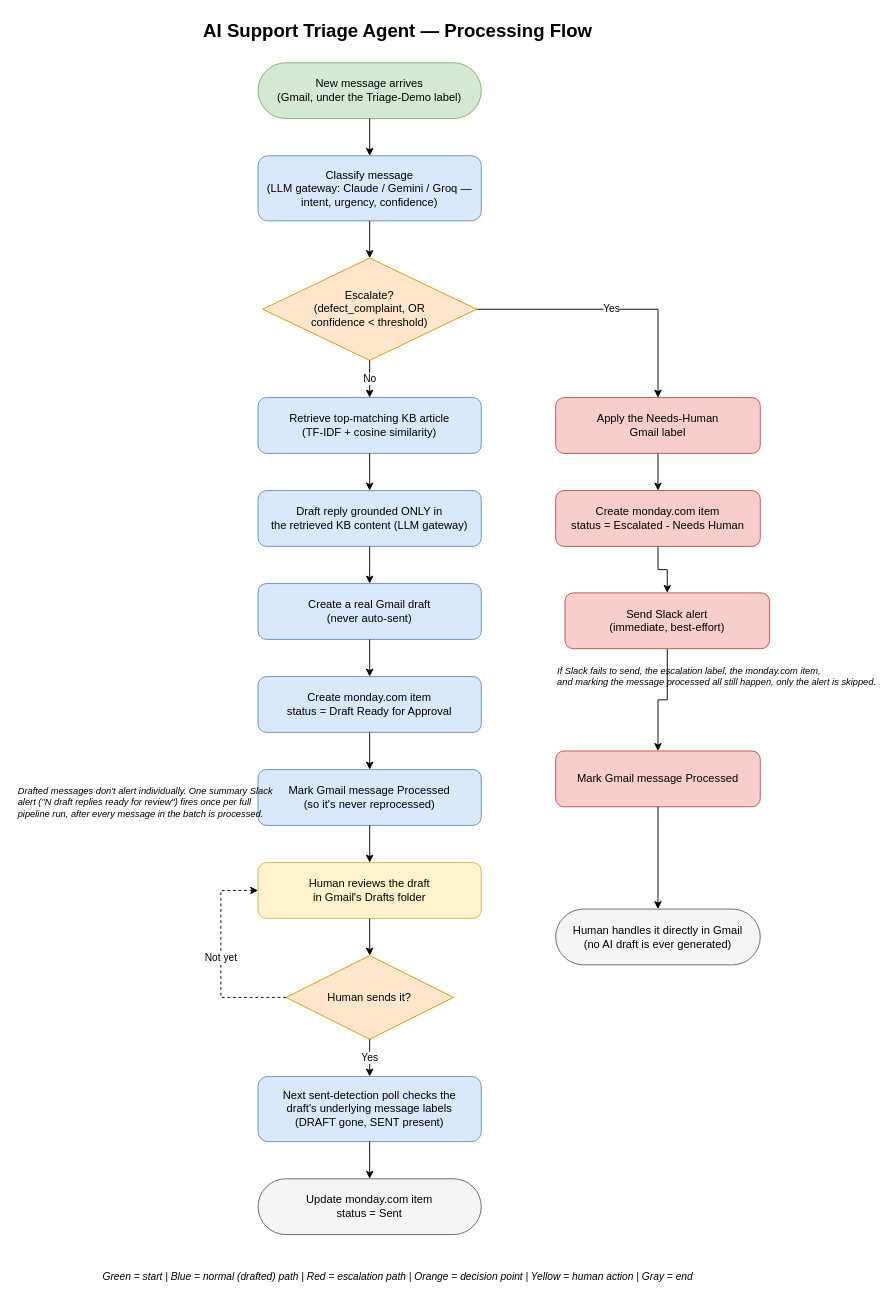
Above: ai-support-triage-agent-flow.drawio in Omonje/ai-support-triage-agent (draw.io), before the change. Source tidied: cells renumbered, new cells numbered last; positions are measured from the earlier drawing's top-left corner, leaving out a move shared by most shapes. Both pictures are drawn from the tidied source at 93%, with x=0, y=0 at pixel (16, 16).
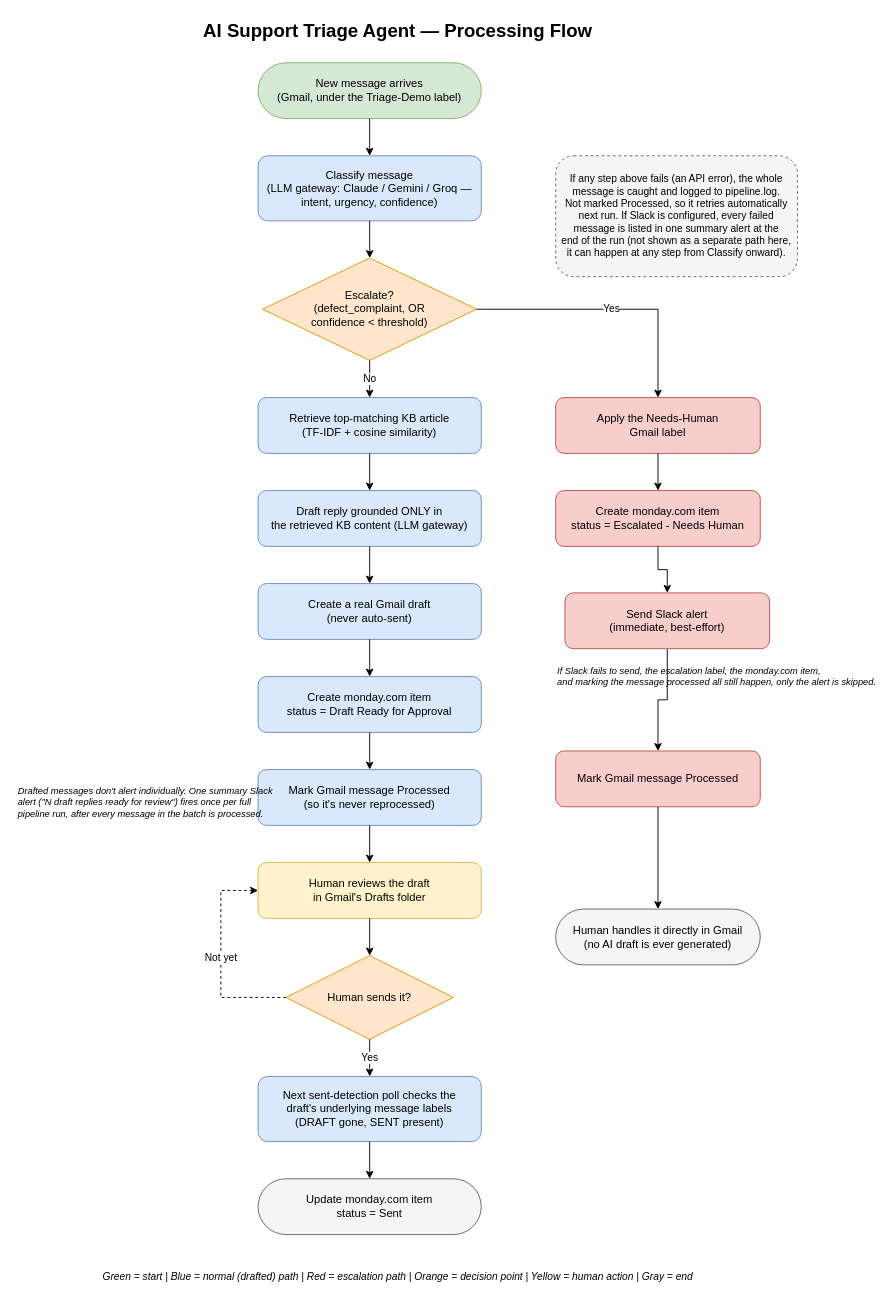
The same diagram, later.

Commit message (it also covers changes not shown here):
Add Slack failure alerts and durable structured logging

Diff of the diagram source:
```diff
@@
+    <mxCell id="40" value="If any step above fails (an API error), the whole&#10;message is caught and logged to pipeline.log.&#10;Not marked Processed, so it retries automatically&#10;next run. If Slack is configured, every failed&#10;message is listed in one summary alert at the&#10;end of the run (not shown as a separate path here,&#10;it can happen at any step from Classify onward)." style="rounded=1;dashed=1;whiteSpace=wrap;html=1;fillColor=#f5f5f5;strokeColor=#666666;fontSize=11;" parent="1" vertex="1">
+      <mxGeometry x="580" y="150" width="260" height="130" as="geometry" />
+    </mxCell>
```
